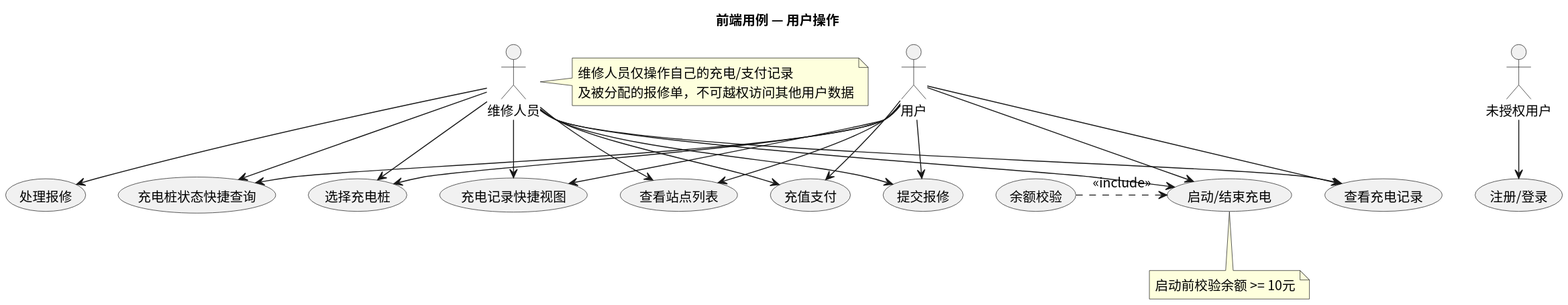
Above: usecase/docs/frontend/img/frontend_usecases.svg in greenhandzdl/charging-station-doc (PlantUML), before the change.
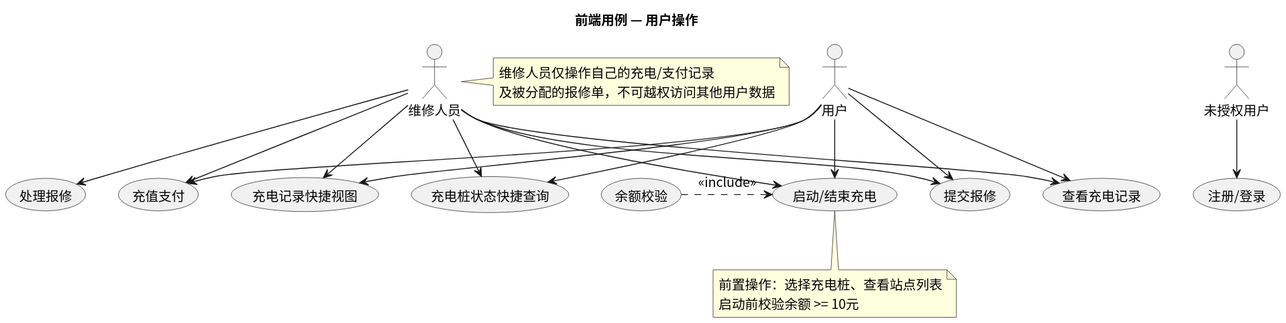
Above is the later version.

The edit, as a diff of the source:
```diff
@@ -9,10 +9,8 @@
 actor "维修人员" as M
 
 usecase "注册/登录" as LOG
-usecase "查看站点列表" as VSL
-usecase "选择充电桩" as SC
+usecase "启动/结束充电" as CS
 usecase "余额校验" as BC
-usecase "启动/结束充电" as CS
 usecase "充值支付" as PAY
 usecase "查看充电记录" as VCR
 usecase "提交报修" as SRT
@@ -21,16 +19,12 @@
 usecase "充电桩状态快捷查询" as QC
 
 G --> LOG
-U --> VSL
-U --> SC
 U --> CS
 U --> PAY
 U --> VCR
 U --> SRT
 U --> QV
 U --> QC
-M --> VSL
-M --> SC
 M --> CS
 M --> PAY
 M --> VCR
@@ -38,7 +32,7 @@
 M --> HR
 note right of M : 维修人员仅操作自己的充电/支付记录\n及被分配的报修单，不可越权访问其他用户数据
 CS <.left. BC : <<include>>
-note bottom of CS : 启动前校验余额 >= 10元
+note bottom of CS : 前置操作：选择充电桩、查看站点列表\n启动前校验余额 >= 10元
 M --> QV
 M --> QC
 @enduml
```
